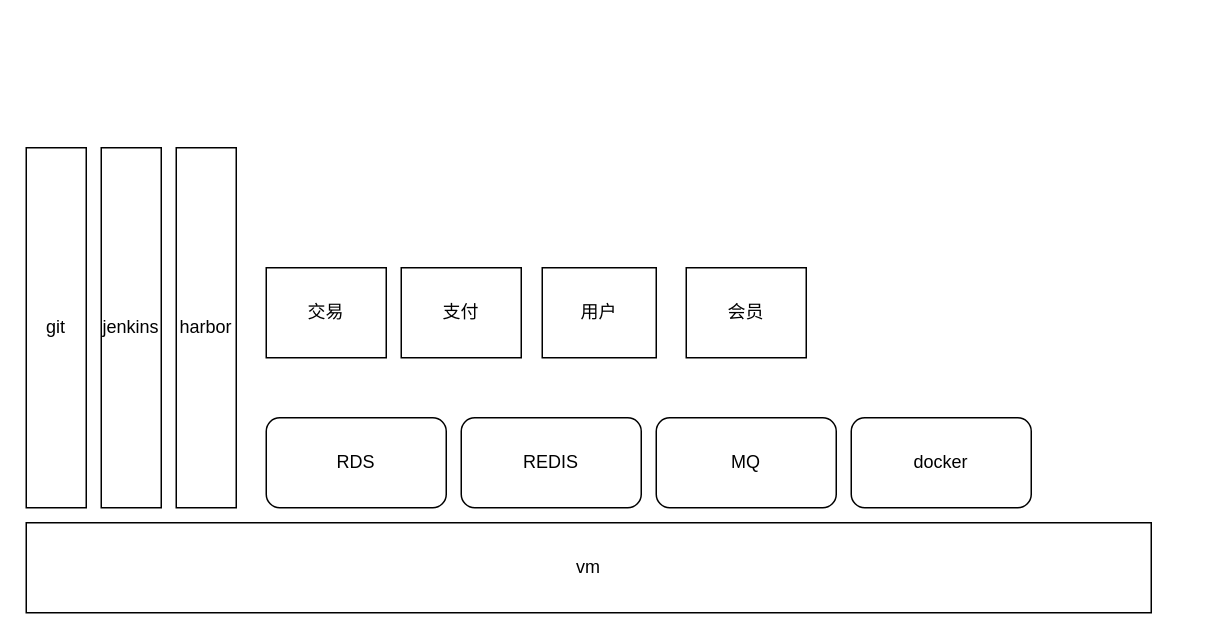
Earlier version of the draw.io diagram Untitled Diagram.drawio (sunhj000/draw). Source tidied: cells renumbered, new cells numbered last; positions are measured from the earlier drawing's top-left corner, leaving out a move shared by most shapes. Both pictures are drawn from the tidied source at 150%, with x=0, y=0 at pixel (26, 147).
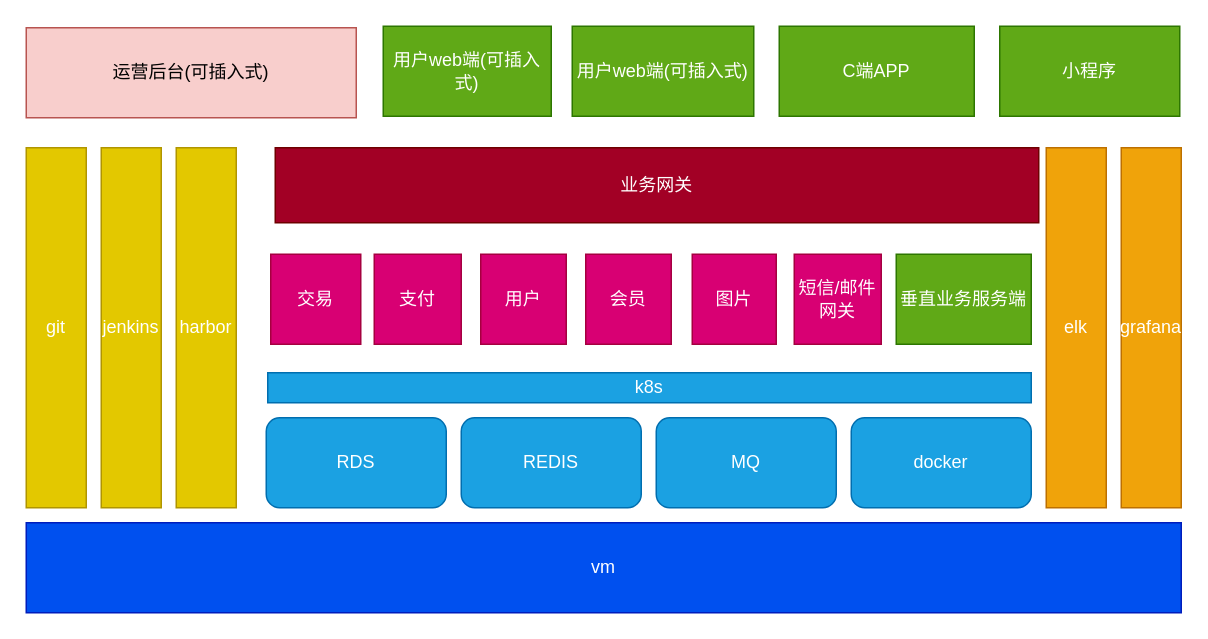
The same diagram, later.

What changed in the source:
```diff
@@
-    <mxCell id="2" value="vm" style="rounded=0;whiteSpace=wrap;html=1;" parent="1" vertex="1">
-      <mxGeometry y="250" width="750" height="60" as="geometry" />
+    <mxCell id="2" value="vm" style="rounded=0;whiteSpace=wrap;html=1;fillColor=#0050ef;strokeColor=#001DBC;fontColor=#ffffff;" parent="1" vertex="1">
+      <mxGeometry y="250" width="770" height="60" as="geometry" />
     </mxCell>
-    <mxCell id="3" value="RDS" style="rounded=1;whiteSpace=wrap;html=1;" parent="1" vertex="1">
+    <mxCell id="3" value="RDS" style="rounded=1;whiteSpace=wrap;html=1;fillColor=#1ba1e2;strokeColor=#006EAF;fontColor=#ffffff;" parent="1" vertex="1">
       <mxGeometry x="160" y="180" width="120" height="60" as="geometry" />
     </mxCell>
-    <mxCell id="4" value="REDIS" style="rounded=1;whiteSpace=wrap;html=1;" parent="1" vertex="1">
+    <mxCell id="4" value="REDIS" style="rounded=1;whiteSpace=wrap;html=1;fillColor=#1ba1e2;strokeColor=#006EAF;fontColor=#ffffff;" parent="1" vertex="1">
       <mxGeometry x="290" y="180" width="120" height="60" as="geometry" />
     </mxCell>
-    <mxCell id="5" value="MQ" style="rounded=1;whiteSpace=wrap;html=1;" parent="1" vertex="1">
+    <mxCell id="5" value="MQ" style="rounded=1;whiteSpace=wrap;html=1;fillColor=#1ba1e2;strokeColor=#006EAF;fontColor=#ffffff;" parent="1" vertex="1">
       <mxGeometry x="420" y="180" width="120" height="60" as="geometry" />
     </mxCell>
-    <mxCell id="6" value="docker" style="rounded=1;whiteSpace=wrap;html=1;" parent="1" vertex="1">
+    <mxCell id="6" value="docker" style="rounded=1;whiteSpace=wrap;html=1;fillColor=#1ba1e2;strokeColor=#006EAF;fontColor=#ffffff;" parent="1" vertex="1">
       <mxGeometry x="550" y="180" width="120" height="60" as="geometry" />
     </mxCell>
-    <mxCell id="7" value="jenkins" style="rounded=0;whiteSpace=wrap;html=1;" parent="1" vertex="1">
+    <mxCell id="7" value="jenkins" style="rounded=0;whiteSpace=wrap;html=1;fillColor=#e3c800;strokeColor=#B09500;fontColor=#ffffff;" parent="1" vertex="1">
       <mxGeometry x="50" width="40" height="240" as="geometry" />
     </mxCell>
-    <mxCell id="8" value="harbor" style="rounded=0;whiteSpace=wrap;html=1;" parent="1" vertex="1">
+    <mxCell id="8" value="harbor" style="rounded=0;whiteSpace=wrap;html=1;fillColor=#e3c800;strokeColor=#B09500;fontColor=#ffffff;" parent="1" vertex="1">
       <mxGeometry x="100" width="40" height="240" as="geometry" />
     </mxCell>
-    <mxCell id="9" value="git" style="rounded=0;whiteSpace=wrap;html=1;" parent="1" vertex="1">
+    <mxCell id="9" value="git" style="rounded=0;whiteSpace=wrap;html=1;fillColor=#e3c800;strokeColor=#B09500;fontColor=#ffffff;" parent="1" vertex="1">
       <mxGeometry width="40" height="240" as="geometry" />
     </mxCell>
-    <mxCell id="10" value="交易" style="rounded=0;whiteSpace=wrap;html=1;" parent="1" vertex="1">
-      <mxGeometry x="160" y="80" width="80" height="60" as="geometry" />
+    <mxCell id="10" value="交易" style="rounded=0;whiteSpace=wrap;html=1;fillColor=#d80073;strokeColor=#A50040;fontColor=#ffffff;" parent="1" vertex="1">
+      <mxGeometry x="163" y="71" width="60" height="60" as="geometry" />
     </mxCell>
-    <mxCell id="11" value="支付" style="rounded=0;whiteSpace=wrap;html=1;" parent="1" vertex="1">
-      <mxGeometry x="250" y="80" width="80" height="60" as="geometry" />
+    <mxCell id="11" value="支付" style="rounded=0;whiteSpace=wrap;html=1;fillColor=#d80073;strokeColor=#A50040;fontColor=#ffffff;" parent="1" vertex="1">
+      <mxGeometry x="232" y="71" width="58" height="60" as="geometry" />
     </mxCell>
-    <mxCell id="12" value="用户" style="rounded=0;whiteSpace=wrap;html=1;" parent="1" vertex="1">
-      <mxGeometry x="344" y="80" width="76" height="60" as="geometry" />
+    <mxCell id="12" value="用户" style="rounded=0;whiteSpace=wrap;html=1;fillColor=#d80073;strokeColor=#A50040;fontColor=#ffffff;" parent="1" vertex="1">
+      <mxGeometry x="303" y="71" width="57" height="60" as="geometry" />
     </mxCell>
-    <mxCell id="13" value="会员" style="rounded=0;whiteSpace=wrap;html=1;" parent="1" vertex="1">
-      <mxGeometry x="440" y="80" width="80" height="60" as="geometry" />
+    <mxCell id="13" value="会员" style="rounded=0;whiteSpace=wrap;html=1;fillColor=#d80073;strokeColor=#A50040;fontColor=#ffffff;" parent="1" vertex="1">
+      <mxGeometry x="373" y="71" width="57" height="60" as="geometry" />
     </mxCell>
+    <mxCell id="14" value="图片" style="rounded=0;whiteSpace=wrap;html=1;fillColor=#d80073;strokeColor=#A50040;fontColor=#ffffff;" parent="1" vertex="1">
+      <mxGeometry x="444" y="71" width="56" height="60" as="geometry" />
+    </mxCell>
+    <mxCell id="15" value="短信/邮件网关" style="rounded=0;whiteSpace=wrap;html=1;fillColor=#d80073;strokeColor=#A50040;fontColor=#ffffff;" parent="1" vertex="1">
+      <mxGeometry x="512" y="71" width="58" height="60" as="geometry" />
+    </mxCell>
+    <mxCell id="16" value="elk" style="rounded=0;whiteSpace=wrap;html=1;fillColor=#f0a30a;strokeColor=#BD7000;fontColor=#ffffff;" parent="1" vertex="1">
+      <mxGeometry x="680" width="40" height="240" as="geometry" />
+    </mxCell>
+    <mxCell id="17" value="grafana" style="rounded=0;whiteSpace=wrap;html=1;fillColor=#f0a30a;strokeColor=#BD7000;fontColor=#ffffff;" parent="1" vertex="1">
+      <mxGeometry x="730" width="40" height="240" as="geometry" />
+    </mxCell>
+    <mxCell id="18" value="k8s" style="rounded=0;whiteSpace=wrap;html=1;fillColor=#1ba1e2;strokeColor=#006EAF;fontColor=#ffffff;" parent="1" vertex="1">
+      <mxGeometry x="161" y="150" width="509" height="20" as="geometry" />
+    </mxCell>
+    <mxCell id="19" value="业务网关" style="rounded=0;whiteSpace=wrap;html=1;fillColor=#a20025;strokeColor=#6F0000;fontColor=#ffffff;" parent="1" vertex="1">
+      <mxGeometry x="166" width="509" height="50" as="geometry" />
+    </mxCell>
+    <mxCell id="20" value="运营后台(可插入式)" style="rounded=0;whiteSpace=wrap;html=1;fillColor=#f8cecc;strokeColor=#b85450;" parent="1" vertex="1">
+      <mxGeometry y="-80" width="220" height="60" as="geometry" />
+    </mxCell>
+    <mxCell id="21" value="用户web端(可插入式)" style="rounded=0;whiteSpace=wrap;html=1;fillColor=#60a917;strokeColor=#2D7600;fontColor=#ffffff;" parent="1" vertex="1">
+      <mxGeometry x="238" y="-81" width="112" height="60" as="geometry" />
+    </mxCell>
+    <mxCell id="22" value="C端APP" style="rounded=0;whiteSpace=wrap;html=1;fillColor=#60a917;strokeColor=#2D7600;fontColor=#ffffff;" parent="1" vertex="1">
+      <mxGeometry x="502" y="-81" width="130" height="60" as="geometry" />
+    </mxCell>
+    <mxCell id="23" value="小程序" style="rounded=0;whiteSpace=wrap;html=1;fillColor=#60a917;strokeColor=#2D7600;fontColor=#ffffff;" parent="1" vertex="1">
+      <mxGeometry x="649" y="-81" width="120" height="60" as="geometry" />
+    </mxCell>
+    <mxCell id="24" value="垂直业务服务端" style="rounded=0;whiteSpace=wrap;html=1;fillColor=#60a917;strokeColor=#2D7600;fontColor=#ffffff;" parent="1" vertex="1">
+      <mxGeometry x="580" y="71" width="90" height="60" as="geometry" />
+    </mxCell>
+    <mxCell id="25" value="用户web端(可插入式)" style="rounded=0;whiteSpace=wrap;html=1;fillColor=#60a917;strokeColor=#2D7600;fontColor=#ffffff;" parent="1" vertex="1">
+      <mxGeometry x="364" y="-81" width="121" height="60" as="geometry" />
+    </mxCell>
```
